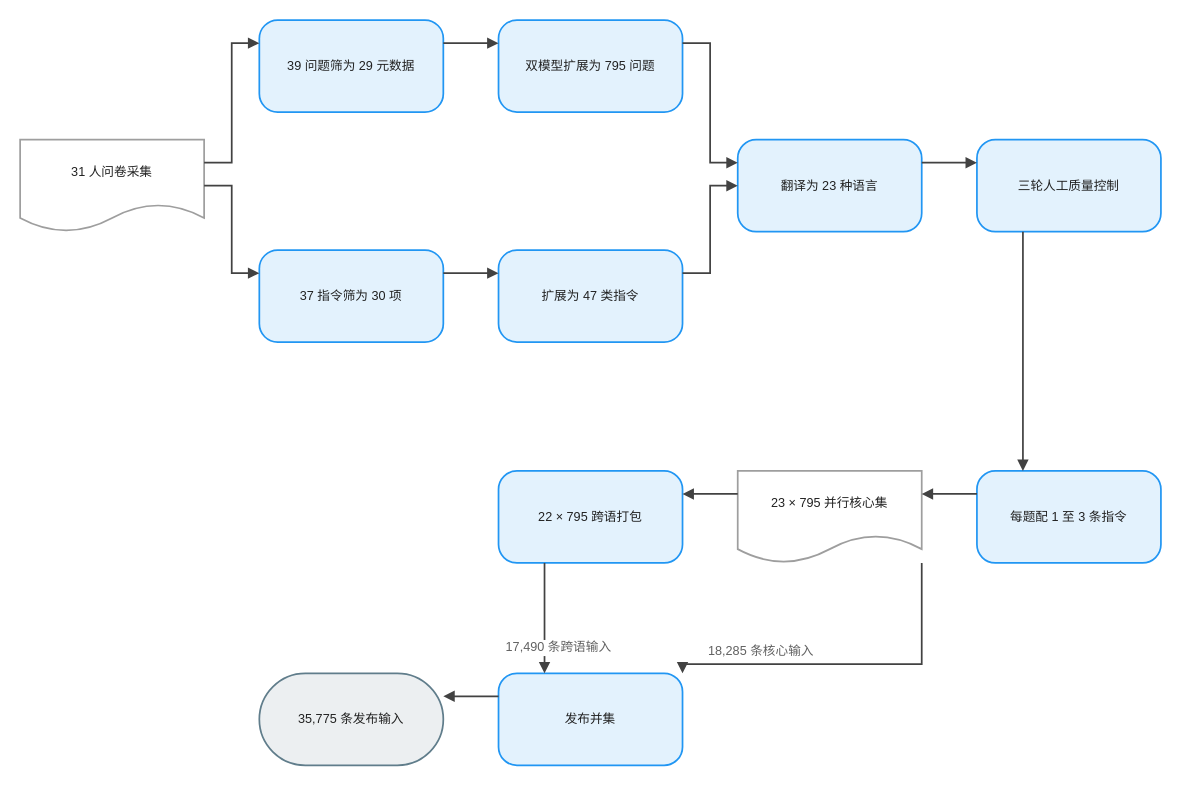
Before: client/public/drawio/MaXIFE/MaXIFE.zh.drawio in joe1chief/benchmark-hub, a draw.io diagram. Source tidied: cells renumbered, new cells numbered last; positions are measured from the earlier drawing's top-left corner, leaving out a move shared by most shapes. Both pictures are drawn from the tidied source at 115%, with x=0, y=0 at pixel (20, 20).
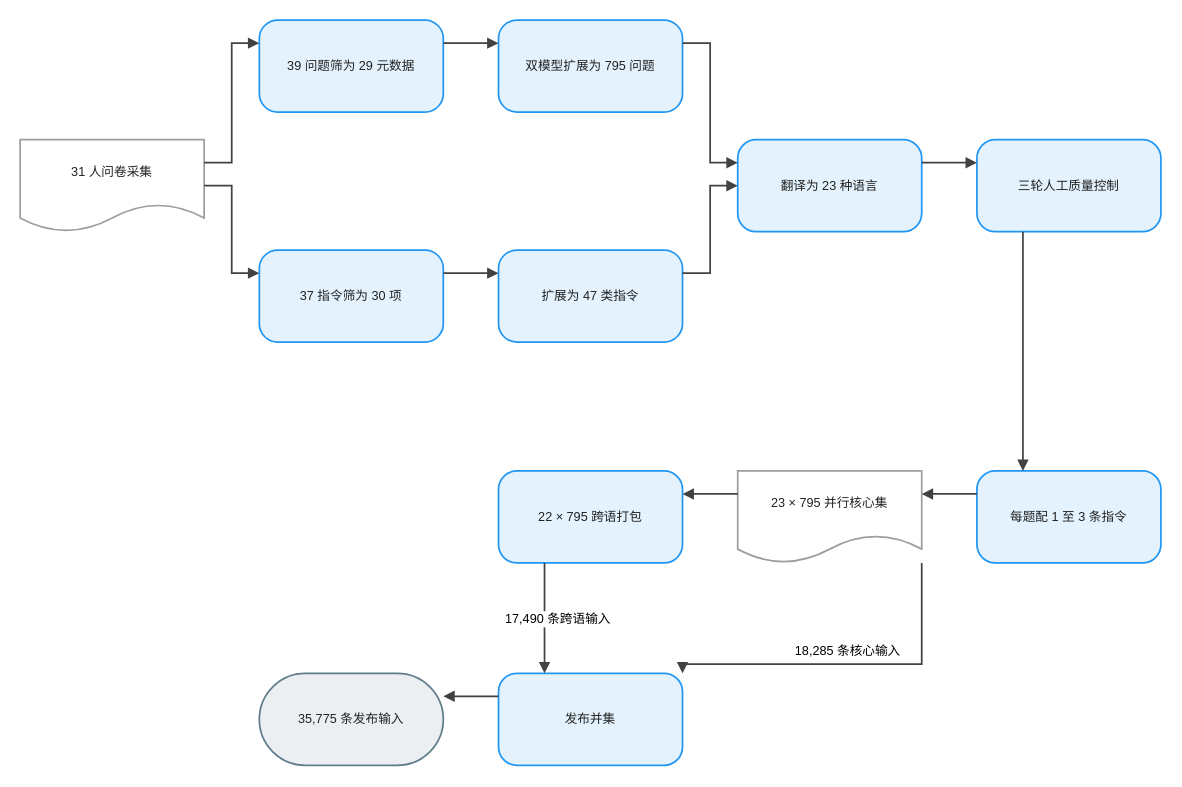
After the change.

The change refers to these unchanged cells:
```xml
<mxCell id="10" value="23 × 795 并行核心集" style="shape=document;boundedLbl=1;html=0;convertToSvg=1;whiteSpace=wrap;fillColor=#FFFFFF;strokeColor=#9E9E9E;strokeWidth=1.5;fontColor=#212121;fontSize=11;fontFamily=Arial, Helvetica, sans-serif;verticalAlign=middle;align=center;" parent="1" vertex="1">
  <mxGeometry x="624" y="392" width="160" height="80" as="geometry" />
</mxCell>
<mxCell id="11" value="22 × 795 跨语打包" style="rounded=1;arcSize=20;html=0;convertToSvg=1;whiteSpace=wrap;fillColor=#E3F2FD;strokeColor=#2196F3;strokeWidth=1.5;fontColor=#212121;fontSize=11;fontFamily=Arial, Helvetica, sans-serif;verticalAlign=middle;align=center;" parent="1" vertex="1">
  <mxGeometry x="416" y="392" width="160" height="80" as="geometry" />
</mxCell>
<mxCell id="12" value="发布并集" style="rounded=1;arcSize=20;html=0;convertToSvg=1;whiteSpace=wrap;fillColor=#E3F2FD;strokeColor=#2196F3;strokeWidth=1.5;fontColor=#212121;fontSize=11;fontFamily=Arial, Helvetica, sans-serif;verticalAlign=middle;align=center;" parent="1" vertex="1">
  <mxGeometry x="416" y="568" width="160" height="80" as="geometry" />
</mxCell>
```

Change to the diagram source:
```diff
@@
-    <mxCell id="24" style="edgeStyle=orthogonalEdgeStyle;rounded=0;jettySize=auto;html=0;convertToSvg=1;strokeColor=#424242;strokeWidth=1.5;endArrow=block;endFill=1;exitX=0.25;exitY=1;exitDx=0;exitDy=0;entryX=0.25;entryY=0;entryDx=0;entryDy=0;jumpStyle=arc;jumpSize=8;" parent="1" edge="1" source="11" target="12">
-      <mxGeometry relative="1" as="geometry" />
+    <mxCell id="24" value="17,490 条跨语输入" style="edgeStyle=orthogonalEdgeStyle;rounded=0;jettySize=auto;html=0;convertToSvg=1;strokeColor=#424242;strokeWidth=1.5;endArrow=block;endFill=1;exitX=0.25;exitY=1;exitDx=0;exitDy=0;entryX=0.25;entryY=0;entryDx=0;entryDy=0;jumpStyle=arc;jumpSize=8;" parent="1" edge="1" source="11" target="12">
+      <mxGeometry relative="1" as="geometry">
+        <mxPoint x="12" as="offset" />
+      </mxGeometry>
     </mxCell>
-    <mxCell id="25" value="17,490 条跨语输入" style="edgeLabel;html=0;convertToSvg=1;align=center;verticalAlign=middle;fontSize=11;fontColor=#616161;" parent="24" vertex="1">
-      <mxGeometry x="0.5" relative="1" as="geometry">
-        <mxPoint x="12" as="offset" />
-      </mxGeometry>
-    </mxCell>
-    <mxCell id="26" style="edgeStyle=orthogonalEdgeStyle;rounded=0;jettySize=auto;html=0;convertToSvg=1;strokeColor=#424242;strokeWidth=1.5;endArrow=block;endFill=1;jumpStyle=arc;jumpSize=8;" parent="1" edge="1" source="10" target="12">
+    <mxCell id="26" value="18,285 条核心输入" style="edgeStyle=orthogonalEdgeStyle;rounded=0;jettySize=auto;html=0;convertToSvg=1;strokeColor=#424242;strokeWidth=1.5;endArrow=block;endFill=1;jumpStyle=arc;jumpSize=8;" parent="1" edge="1" source="10" target="12">
       <mxGeometry relative="1" as="geometry">
         <Array as="points">
           <mxPoint x="784" y="560" />
           <mxPoint x="576" y="560" />
         </Array>
+        <mxPoint y="-12" as="offset" />
       </mxGeometry>
     </mxCell>
-    <mxCell id="27" value="18,285 条核心输入" style="edgeLabel;html=0;convertToSvg=1;align=center;verticalAlign=middle;fontSize=11;fontColor=#616161;" parent="26" vertex="1">
-      <mxGeometry x="0.5" relative="1" as="geometry">
-        <mxPoint y="-12" as="offset" />
-      </mxGeometry>
-    </mxCell>
```
